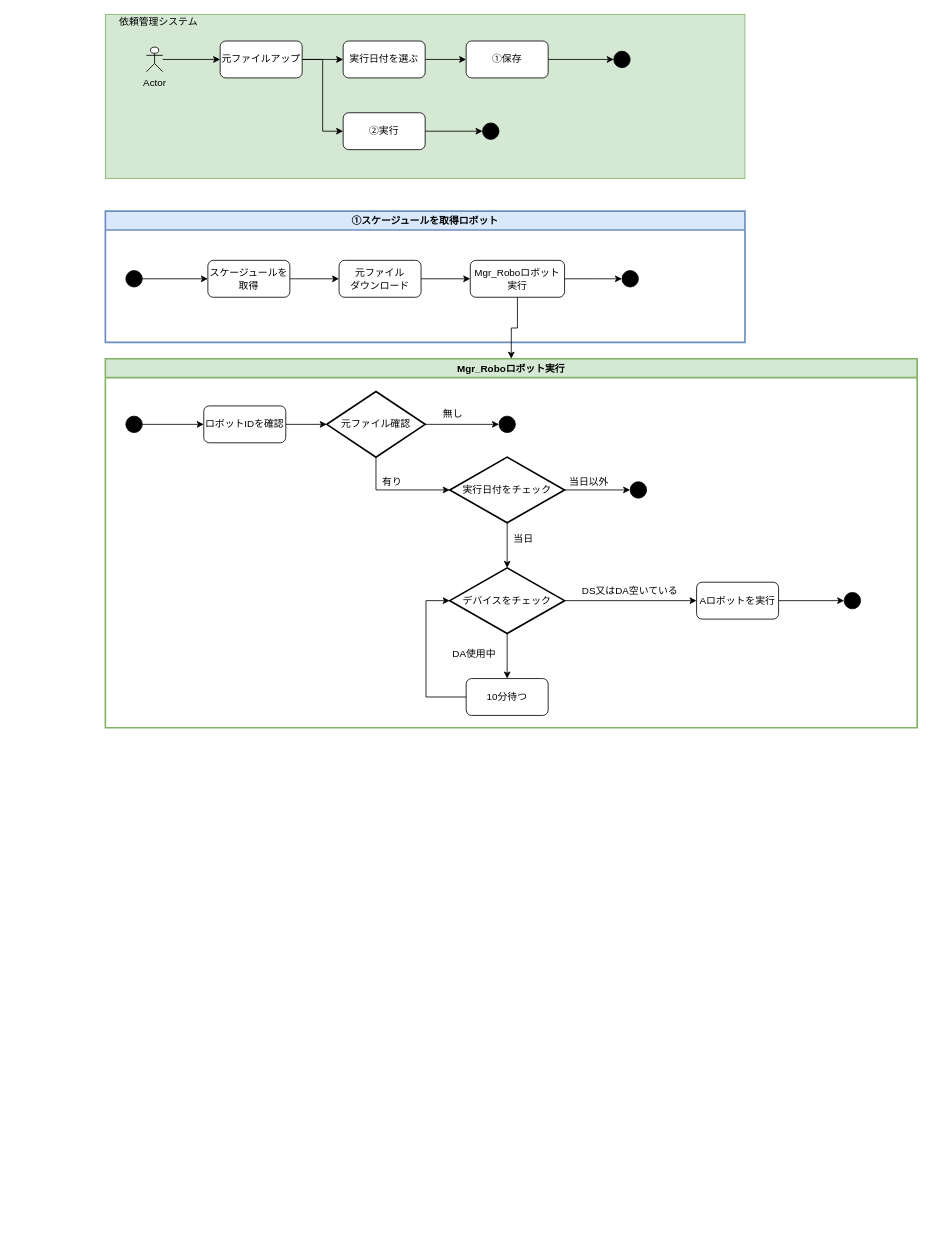
Earlier version of the draw.io diagram ロボット実行流れ.drawio (thanhnt0804/hello). Source tidied: cells renumbered, new cells numbered last; positions are measured from the earlier drawing's top-left corner, leaving out a move shared by most shapes. Both pictures are drawn from the tidied source at 82%, with x=0, y=0 at pixel (105, 14).
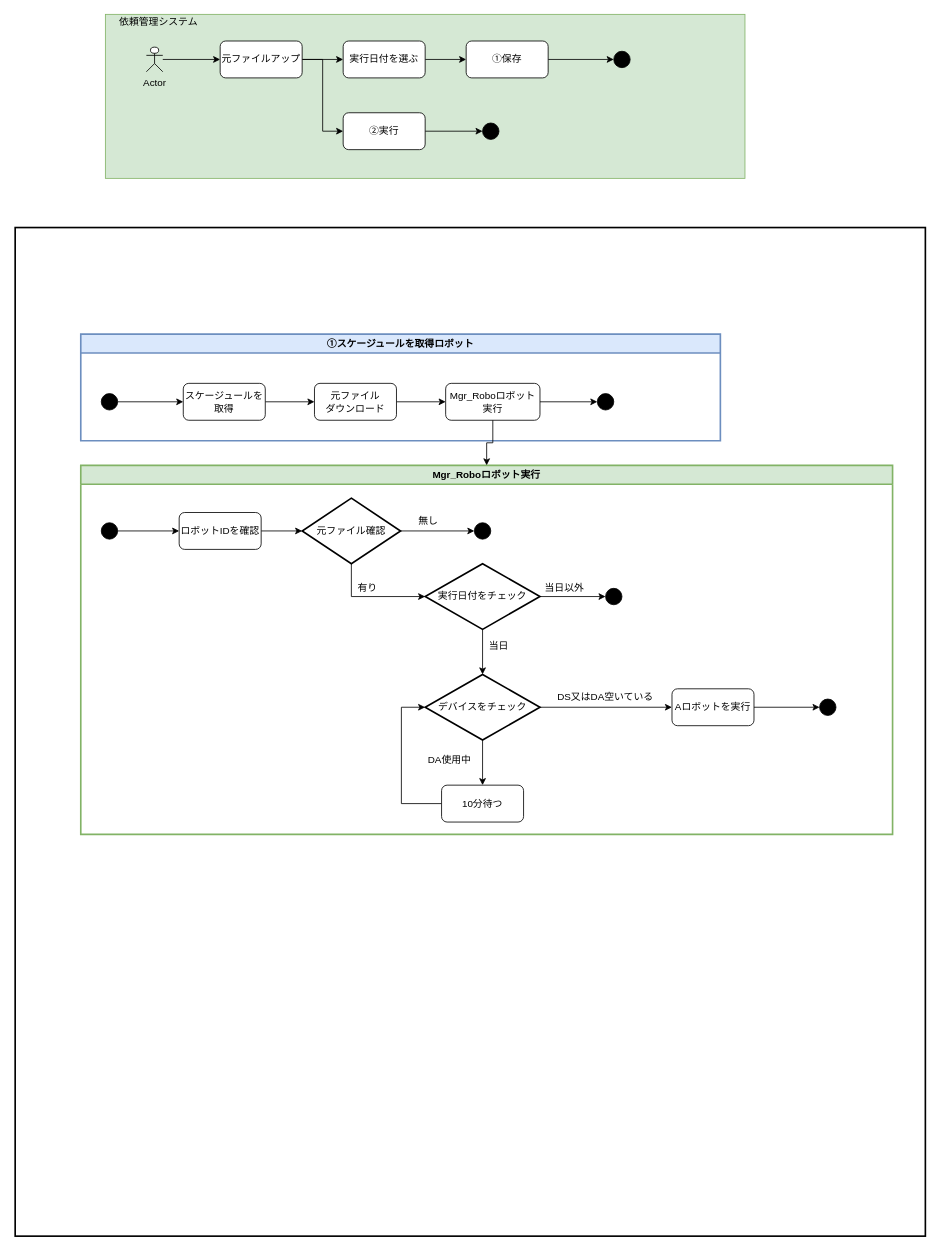
The same page after the edit.

Commit message (it also covers changes not shown here):
Update ロボット実行流れ.drawio

The change refers to these unchanged cells:
```xml
<mxCell id="28" value="Mgr_Roboロボット実行" style="rounded=1;whiteSpace=wrap;html=1;" parent="21" vertex="1">
  <mxGeometry x="445" y="60" width="115" height="45" as="geometry" />
</mxCell>
<mxCell id="29" style="ellipse;whiteSpace=wrap;html=1;fillColor=#000000;" parent="21" vertex="1">
  <mxGeometry x="630" y="72.5" width="20" height="20" as="geometry" />
</mxCell>
```

The edit, as a diff of the source:
```diff
@@
+    <mxCell id="58" style="edgeStyle=orthogonalEdgeStyle;rounded=0;orthogonalLoop=1;jettySize=auto;html=1;" parent="1" edge="1">
+      <mxGeometry relative="1" as="geometry">
+        <mxPoint x="502.5" y="345" as="sourcePoint" />
+      </mxGeometry>
+    </mxCell>
+    <mxCell id="59" style="rounded=0;whiteSpace=wrap;html=1;strokeColor=#000000;strokeWidth=2;fillColor=#FFFFFF;" parent="1" vertex="1">
+      <mxGeometry x="-110" y="260" width="1110" height="1230" as="geometry" />
+    </mxCell>
     <mxCell id="21" value="①スケージュールを取得ロボット" style="swimlane;strokeColor=#6c8ebf;strokeWidth=2;fillColor=#dae8fc;" parent="1" vertex="1">
-      <mxGeometry y="240" width="780" height="160" as="geometry" />
+      <mxGeometry x="-30" y="390" width="780" height="130" as="geometry" />
     </mxCell>
@@
+    <mxCell id="60" style="edgeStyle=orthogonalEdgeStyle;rounded=0;jettySize=auto;html=1;entryX=0;entryY=0.5;entryDx=0;entryDy=0;" parent="21" edge="1" source="28" target="29">
+      <mxGeometry relative="1" as="geometry" />
+    </mxCell>
@@
-    <mxCell id="30" style="edgeStyle=orthogonalEdgeStyle;rounded=0;jettySize=auto;html=1;" parent="1" edge="1" source="28">
-      <mxGeometry relative="1" as="geometry">
-        <mxPoint x="630" y="322.5" as="targetPoint" />
-      </mxGeometry>
-    </mxCell>
-    <mxCell id="31" value="Mgr_Roboロボット実行" style="swimlane;strokeColor=#82b366;strokeWidth=2;fillColor=#d5e8d4;" parent="1" vertex="1">
-      <mxGeometry y="420" width="990" height="450" as="geometry" />
+    <mxCell id="31" value="Mgr_Roboロボット実行" style="swimlane;strokeWidth=2;fillColor=#d5e8d4;strokeColor=#82b366;" parent="1" vertex="1">
+      <mxGeometry x="-30" y="550" width="990" height="450" as="geometry" />
     </mxCell>
@@
-    <mxCell id="58" style="edgeStyle=orthogonalEdgeStyle;rounded=0;jettySize=auto;html=1;" parent="1" edge="1" source="28" target="31">
-      <mxGeometry relative="1" as="geometry" />
-    </mxCell>
+    <mxCell id="61" style="edgeStyle=orthogonalEdgeStyle;rounded=0;jettySize=auto;html=1;" parent="1" edge="1" source="28" target="31">
+      <mxGeometry relative="1" as="geometry" />
+    </mxCell>
```
